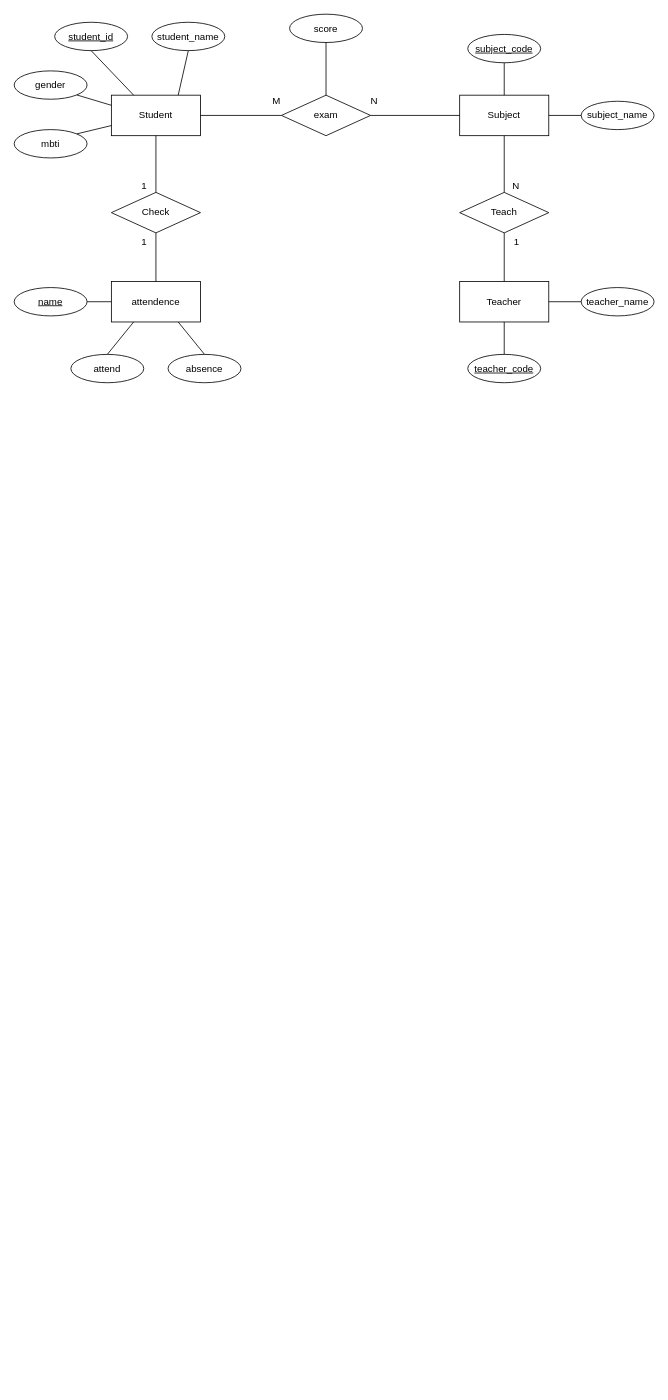
lee-j-j/LJJ keeps this draw.io diagram as DB 팀과제.drawio. Above is the earlier version. Source tidied: cells renumbered, new cells numbered last; positions are measured from the earlier drawing's top-left corner, leaving out a move shared by most shapes. Both pictures are drawn from the tidied source at 81%, with x=0, y=0 at pixel (14, 14).
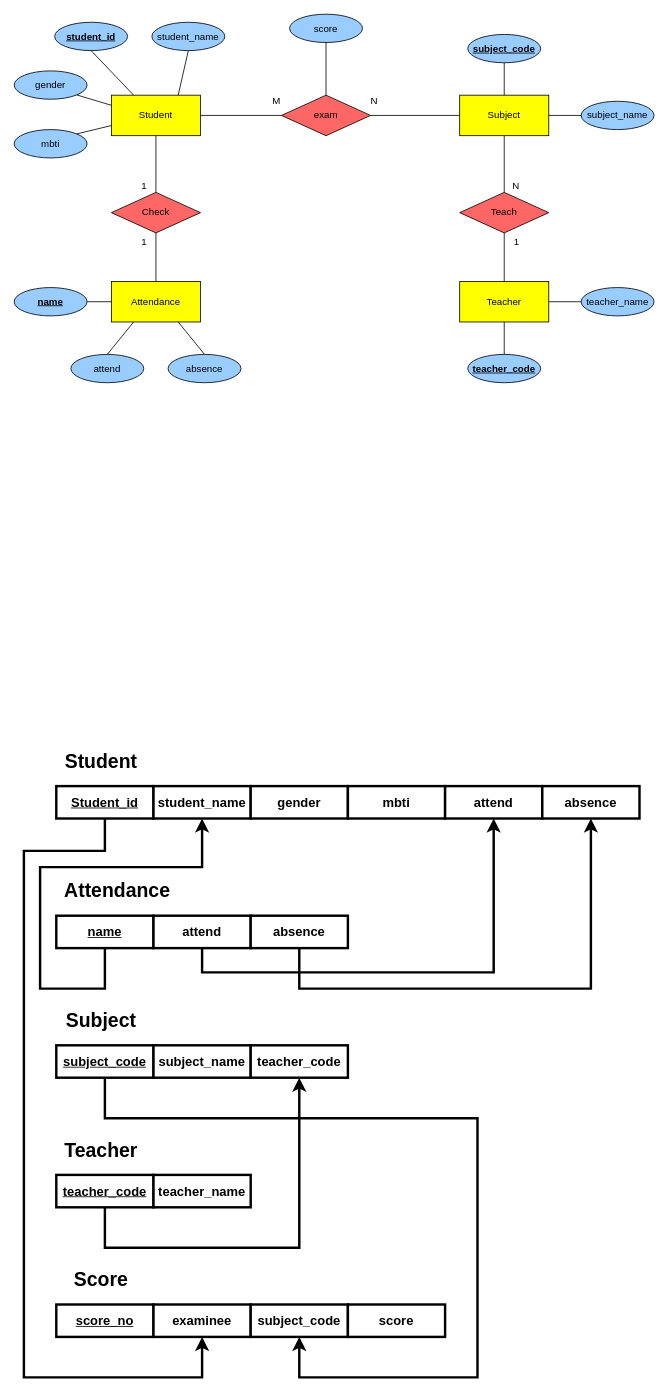
After the change.

Commit message (it also covers changes not shown here):
DB 팀과제.drawio 업데이트

Diff of the diagram source:
```diff
@@
-    <mxCell id="2" value="Student" style="whiteSpace=wrap;html=1;align=center;" parent="1" vertex="1">
+    <mxCell id="2" value="Student" style="whiteSpace=wrap;html=1;align=center;labelBackgroundColor=none;fillColor=#FFFF00;" parent="1" vertex="1">
       <mxGeometry x="120" y="100" width="110" height="50" as="geometry" />
     </mxCell>
-    <mxCell id="3" value="Teacher" style="whiteSpace=wrap;html=1;align=center;" parent="1" vertex="1">
+    <mxCell id="3" value="Teacher" style="whiteSpace=wrap;html=1;align=center;labelBackgroundColor=none;fillColor=#FFFF00;" parent="1" vertex="1">
       <mxGeometry x="550" y="330" width="110" height="50" as="geometry" />
     </mxCell>
-    <mxCell id="4" value="Subject" style="whiteSpace=wrap;html=1;align=center;" parent="1" vertex="1">
+    <mxCell id="4" value="Subject" style="whiteSpace=wrap;html=1;align=center;labelBackgroundColor=none;fillColor=#FFFF00;" parent="1" vertex="1">
       <mxGeometry x="550" y="100" width="110" height="50" as="geometry" />
     </mxCell>
-    <mxCell id="5" value="attendence" style="whiteSpace=wrap;html=1;align=center;" parent="1" vertex="1">
+    <mxCell id="5" value="Attendance" style="whiteSpace=wrap;html=1;align=center;labelBackgroundColor=none;fillColor=#FFFF00;" parent="1" vertex="1">
       <mxGeometry x="120" y="330" width="110" height="50" as="geometry" />
     </mxCell>
-    <mxCell id="6" value="exam" style="shape=rhombus;perimeter=rhombusPerimeter;whiteSpace=wrap;html=1;align=center;" parent="1" vertex="1">
+    <mxCell id="6" value="exam" style="shape=rhombus;perimeter=rhombusPerimeter;whiteSpace=wrap;html=1;align=center;fillColor=#FF6666;" parent="1" vertex="1">
       <mxGeometry x="330" y="100" width="110" height="50" as="geometry" />
     </mxCell>
-    <mxCell id="7" value="Teach" style="shape=rhombus;perimeter=rhombusPerimeter;whiteSpace=wrap;html=1;align=center;" parent="1" vertex="1">
+    <mxCell id="7" value="Teach" style="shape=rhombus;perimeter=rhombusPerimeter;whiteSpace=wrap;html=1;align=center;fillColor=#FF6666;" parent="1" vertex="1">
       <mxGeometry x="550" y="220" width="110" height="50" as="geometry" />
     </mxCell>
@@
-    <mxCell id="16" value="Check" style="shape=rhombus;perimeter=rhombusPerimeter;whiteSpace=wrap;html=1;align=center;" parent="1" vertex="1">
+    <mxCell id="16" value="Check" style="shape=rhombus;perimeter=rhombusPerimeter;whiteSpace=wrap;html=1;align=center;fillColor=#FF6666;" parent="1" vertex="1">
       <mxGeometry x="120" y="220" width="110" height="50" as="geometry" />
     </mxCell>
@@
-    <mxCell id="21" value="student_name" style="ellipse;whiteSpace=wrap;html=1;align=center;" parent="1" vertex="1">
+    <mxCell id="21" value="student_name" style="ellipse;whiteSpace=wrap;html=1;align=center;fillColor=#99CCFF;" parent="1" vertex="1">
       <mxGeometry x="170" y="10" width="90" height="35" as="geometry" />
     </mxCell>
-    <mxCell id="22" value="gender" style="ellipse;whiteSpace=wrap;html=1;align=center;" parent="1" vertex="1">
+    <mxCell id="22" value="gender" style="ellipse;whiteSpace=wrap;html=1;align=center;fillColor=#99CCFF;" parent="1" vertex="1">
       <mxGeometry y="70" width="90" height="35" as="geometry" />
     </mxCell>
-    <mxCell id="23" value="mbti" style="ellipse;whiteSpace=wrap;html=1;align=center;" parent="1" vertex="1">
+    <mxCell id="23" value="mbti" style="ellipse;whiteSpace=wrap;html=1;align=center;fillColor=#99CCFF;" parent="1" vertex="1">
       <mxGeometry y="142.5" width="90" height="35" as="geometry" />
     </mxCell>
-    <mxCell id="24" value="student_id" style="ellipse;whiteSpace=wrap;html=1;align=center;fontStyle=4;" parent="1" vertex="1">
+    <mxCell id="24" value="student_id" style="ellipse;whiteSpace=wrap;html=1;align=center;fontStyle=5;fillColor=#99CCFF;" parent="1" vertex="1">
       <mxGeometry x="50" y="10" width="90" height="35" as="geometry" />
     </mxCell>
@@
-    <mxCell id="29" value="score" style="ellipse;whiteSpace=wrap;html=1;align=center;" parent="1" vertex="1">
+    <mxCell id="29" value="score" style="ellipse;whiteSpace=wrap;html=1;align=center;fillColor=#99CCFF;" parent="1" vertex="1">
       <mxGeometry x="340" width="90" height="35" as="geometry" />
     </mxCell>
@@
-    <mxCell id="31" value="subject_code" style="ellipse;whiteSpace=wrap;html=1;align=center;fontStyle=4;" parent="1" vertex="1">
+    <mxCell id="31" value="subject_code" style="ellipse;whiteSpace=wrap;html=1;align=center;fontStyle=5;fillColor=#99CCFF;" parent="1" vertex="1">
       <mxGeometry x="560" y="25" width="90" height="35" as="geometry" />
     </mxCell>
-    <mxCell id="32" value="subject_name" style="ellipse;whiteSpace=wrap;html=1;align=center;" parent="1" vertex="1">
+    <mxCell id="32" value="subject_name" style="ellipse;whiteSpace=wrap;html=1;align=center;fillColor=#99CCFF;" parent="1" vertex="1">
       <mxGeometry x="700" y="107.5" width="90" height="35" as="geometry" />
     </mxCell>
-    <mxCell id="33" value="teacher_code" style="ellipse;whiteSpace=wrap;html=1;align=center;fontStyle=4;" parent="1" vertex="1">
+    <mxCell id="33" value="teacher_code" style="ellipse;whiteSpace=wrap;html=1;align=center;fontStyle=5;fillColor=#99CCFF;" parent="1" vertex="1">
       <mxGeometry x="560" y="420" width="90" height="35" as="geometry" />
     </mxCell>
-    <mxCell id="34" value="teacher_name" style="ellipse;whiteSpace=wrap;html=1;align=center;" parent="1" vertex="1">
+    <mxCell id="34" value="teacher_name" style="ellipse;whiteSpace=wrap;html=1;align=center;fillColor=#99CCFF;" parent="1" vertex="1">
       <mxGeometry x="700" y="337.5" width="90" height="35" as="geometry" />
     </mxCell>
@@
-    <mxCell id="39" value="name" style="ellipse;whiteSpace=wrap;html=1;align=center;fontStyle=4;" parent="1" vertex="1">
+    <mxCell id="39" value="name" style="ellipse;whiteSpace=wrap;html=1;align=center;fontStyle=5;fillColor=#99CCFF;" parent="1" vertex="1">
       <mxGeometry y="337.5" width="90" height="35" as="geometry" />
     </mxCell>
-    <mxCell id="40" value="attend" style="ellipse;whiteSpace=wrap;html=1;align=center;" parent="1" vertex="1">
+    <mxCell id="40" value="attend" style="ellipse;whiteSpace=wrap;html=1;align=center;fillColor=#99CCFF;" parent="1" vertex="1">
       <mxGeometry x="70" y="420" width="90" height="35" as="geometry" />
     </mxCell>
-    <mxCell id="41" value="absence" style="ellipse;whiteSpace=wrap;html=1;align=center;" parent="1" vertex="1">
+    <mxCell id="41" value="absence" style="ellipse;whiteSpace=wrap;html=1;align=center;fillColor=#99CCFF;" parent="1" vertex="1">
       <mxGeometry x="190" y="420" width="90" height="35" as="geometry" />
     </mxCell>
@@
+    <mxCell id="45" value="&lt;u&gt;&lt;b&gt;Student_id&lt;/b&gt;&lt;/u&gt;" style="rounded=0;whiteSpace=wrap;html=1;fontSize=16;labelBackgroundColor=none;strokeWidth=3;" parent="1" vertex="1">
+      <mxGeometry x="52" y="953" width="120" height="40" as="geometry" />
+    </mxCell>
+    <mxCell id="46" value="&lt;font style=&quot;font-size: 16px;&quot;&gt;&lt;b&gt;student_name&lt;/b&gt;&lt;/font&gt;" style="rounded=0;whiteSpace=wrap;html=1;labelBackgroundColor=none;strokeWidth=3;" parent="1" vertex="1">
+      <mxGeometry x="172" y="953" width="120" height="40" as="geometry" />
+    </mxCell>
+    <mxCell id="47" value="&lt;font style=&quot;font-size: 16px;&quot;&gt;&lt;b&gt;gender&lt;/b&gt;&lt;/font&gt;" style="rounded=0;whiteSpace=wrap;html=1;labelBackgroundColor=none;strokeWidth=3;" parent="1" vertex="1">
+      <mxGeometry x="292" y="953" width="120" height="40" as="geometry" />
+    </mxCell>
+    <mxCell id="48" value="&lt;font style=&quot;font-size: 16px;&quot;&gt;&lt;b&gt;mbti&lt;/b&gt;&lt;/font&gt;" style="rounded=0;whiteSpace=wrap;html=1;labelBackgroundColor=none;strokeWidth=3;" parent="1" vertex="1">
+      <mxGeometry x="412" y="953" width="120" height="40" as="geometry" />
+    </mxCell>
+    <mxCell id="49" value="&lt;span style=&quot;font-size: 16px;&quot;&gt;&lt;b&gt;attend&lt;/b&gt;&lt;/span&gt;" style="rounded=0;whiteSpace=wrap;html=1;labelBackgroundColor=none;strokeWidth=3;" parent="1" vertex="1">
+      <mxGeometry x="532" y="953" width="120" height="40" as="geometry" />
+    </mxCell>
+    <mxCell id="50" value="&lt;font style=&quot;font-size: 16px;&quot;&gt;&lt;b&gt;absence&lt;/b&gt;&lt;/font&gt;" style="rounded=0;whiteSpace=wrap;html=1;labelBackgroundColor=none;strokeWidth=3;" parent="1" vertex="1">
+      <mxGeometry x="652" y="953" width="120" height="40" as="geometry" />
+    </mxCell>
+    <mxCell id="51" value="Student" style="text;html=1;align=center;verticalAlign=middle;strokeColor=none;fillColor=none;fontSize=24;fontStyle=1;labelBackgroundColor=none;" parent="1" vertex="1">
+      <mxGeometry x="52" y="903" width="110" height="40" as="geometry" />
+    </mxCell>
+    <mxCell id="52" value="name" style="rounded=0;whiteSpace=wrap;html=1;fontSize=16;fontStyle=5;labelBackgroundColor=none;strokeWidth=3;" parent="1" vertex="1">
+      <mxGeometry x="52" y="1113" width="120" height="40" as="geometry" />
+    </mxCell>
+    <mxCell id="53" value="attend" style="rounded=0;whiteSpace=wrap;html=1;fontSize=16;fontStyle=1;labelBackgroundColor=none;strokeWidth=3;" parent="1" vertex="1">
+      <mxGeometry x="172" y="1113" width="120" height="40" as="geometry" />
+    </mxCell>
+    <mxCell id="54" value="absence" style="rounded=0;whiteSpace=wrap;html=1;fontSize=16;fontStyle=1;labelBackgroundColor=none;strokeWidth=3;" parent="1" vertex="1">
+      <mxGeometry x="292" y="1113" width="120" height="40" as="geometry" />
+    </mxCell>
+    <mxCell id="55" value="Attendance" style="text;html=1;align=center;verticalAlign=middle;strokeColor=none;fillColor=none;fontSize=24;fontStyle=1;labelBackgroundColor=none;" parent="1" vertex="1">
+      <mxGeometry x="52" y="1063" width="150" height="40" as="geometry" />
+    </mxCell>
+    <mxCell id="56" value="subject_code" style="rounded=0;whiteSpace=wrap;html=1;fontSize=16;fontStyle=5;labelBackgroundColor=none;strokeWidth=3;" parent="1" vertex="1">
+      <mxGeometry x="52" y="1273" width="120" height="40" as="geometry" />
+    </mxCell>
+    <mxCell id="57" value="subject_name" style="rounded=0;whiteSpace=wrap;html=1;fontSize=16;fontStyle=1;labelBackgroundColor=none;strokeWidth=3;" parent="1" vertex="1">
+      <mxGeometry x="172" y="1273" width="120" height="40" as="geometry" />
+    </mxCell>
+    <mxCell id="58" value="teacher_code" style="rounded=0;whiteSpace=wrap;html=1;fontSize=16;fontStyle=1;labelBackgroundColor=none;strokeWidth=3;" parent="1" vertex="1">
+      <mxGeometry x="292" y="1273" width="120" height="40" as="geometry" />
+    </mxCell>
+    <mxCell id="59" value="Subject" style="text;html=1;align=center;verticalAlign=middle;strokeColor=none;fillColor=none;fontSize=24;fontStyle=1;labelBackgroundColor=none;" parent="1" vertex="1">
+      <mxGeometry x="52" y="1223" width="110" height="40" as="geometry" />
+    </mxCell>
+    <mxCell id="60" value="teacher_code" style="rounded=0;whiteSpace=wrap;html=1;fontSize=16;fontStyle=5;labelBackgroundColor=none;strokeWidth=3;" parent="1" vertex="1">
+      <mxGeometry x="52" y="1433" width="120" height="40" as="geometry" />
+    </mxCell>
+    <mxCell id="61" value="teacher_name" style="rounded=0;whiteSpace=wrap;html=1;fontSize=16;fontStyle=1;labelBackgroundColor=none;strokeWidth=3;" parent="1" vertex="1">
+      <mxGeometry x="172" y="1433" width="120" height="40" as="geometry" />
+    </mxCell>
+    <mxCell id="62" value="Teacher" style="text;html=1;align=center;verticalAlign=middle;strokeColor=none;fillColor=none;fontSize=24;fontStyle=1;labelBackgroundColor=none;" parent="1" vertex="1">
+      <mxGeometry x="52" y="1383" width="110" height="40" as="geometry" />
+    </mxCell>
+    <mxCell id="63" value="&lt;b&gt;&lt;u&gt;score_no&lt;/u&gt;&lt;/b&gt;" style="rounded=0;whiteSpace=wrap;html=1;fontSize=16;labelBackgroundColor=none;strokeWidth=3;" parent="1" vertex="1">
+      <mxGeometry x="52" y="1593" width="120" height="40" as="geometry" />
+    </mxCell>
+    <mxCell id="64" value="&lt;font style=&quot;font-size: 16px;&quot;&gt;&lt;b&gt;examinee&lt;/b&gt;&lt;/font&gt;" style="rounded=0;whiteSpace=wrap;html=1;labelBackgroundColor=none;strokeWidth=3;" parent="1" vertex="1">
+      <mxGeometry x="172" y="1593" width="120" height="40" as="geometry" />
+    </mxCell>
+    <mxCell id="65" value="&lt;font style=&quot;font-size: 16px;&quot;&gt;&lt;b&gt;subject_code&lt;/b&gt;&lt;/font&gt;" style="rounded=0;whiteSpace=wrap;html=1;labelBackgroundColor=none;strokeWidth=3;" parent="1" vertex="1">
+      <mxGeometry x="292" y="1593" width="120" height="40" as="geometry" />
+    </mxCell>
+    <mxCell id="66" value="&lt;font style=&quot;font-size: 16px;&quot;&gt;&lt;b&gt;score&lt;/b&gt;&lt;/font&gt;" style="rounded=0;whiteSpace=wrap;html=1;labelBackgroundColor=none;strokeWidth=3;" parent="1" vertex="1">
+      <mxGeometry x="412" y="1593" width="120" height="40" as="geometry" />
+    </mxCell>
+    <mxCell id="67" value="Score" style="text;html=1;align=center;verticalAlign=middle;strokeColor=none;fillColor=none;fontSize=24;fontStyle=1;labelBackgroundColor=none;" parent="1" vertex="1">
+      <mxGeometry x="62" y="1543" width="90" height="40" as="geometry" />
+    </mxCell>
+    <mxCell id="68" style="edgeStyle=segmentEdgeStyle;endArrow=classic;html=1;curved=0;rounded=0;endSize=8;startSize=8;exitX=0.5;exitY=1;exitDx=0;exitDy=0;entryX=0.5;entryY=1;entryDx=0;entryDy=0;strokeWidth=3;" parent="1" edge="1" source="52" target="46">
+      <mxGeometry relative="1" as="geometry">
+        <Array as="points">
+          <mxPoint x="112" y="1203" />
+          <mxPoint x="32" y="1203" />
+          <mxPoint x="32" y="1053" />
+          <mxPoint x="232" y="1053" />
+        </Array>
+      </mxGeometry>
+    </mxCell>
+    <mxCell id="69" style="edgeStyle=segmentEdgeStyle;endArrow=classic;html=1;curved=0;rounded=0;endSize=8;startSize=8;entryX=0.5;entryY=1;entryDx=0;entryDy=0;exitX=0.5;exitY=1;exitDx=0;exitDy=0;strokeWidth=3;" parent="1" edge="1" source="53" target="49">
+      <mxGeometry relative="1" as="geometry">
+        <Array as="points">
+          <mxPoint x="232" y="1183" />
+          <mxPoint x="592" y="1183" />
+        </Array>
+      </mxGeometry>
+    </mxCell>
+    <mxCell id="70" style="edgeStyle=segmentEdgeStyle;endArrow=classic;html=1;curved=0;rounded=0;endSize=8;startSize=8;exitX=0.5;exitY=1;exitDx=0;exitDy=0;entryX=0.5;entryY=1;entryDx=0;entryDy=0;strokeWidth=3;" parent="1" edge="1" source="54" target="50">
+      <mxGeometry relative="1" as="geometry">
+        <Array as="points">
+          <mxPoint x="352" y="1203" />
+          <mxPoint x="712" y="1203" />
+        </Array>
+      </mxGeometry>
+    </mxCell>
+    <mxCell id="71" style="edgeStyle=segmentEdgeStyle;endArrow=classic;html=1;curved=0;rounded=0;endSize=8;startSize=8;exitX=0.5;exitY=1;exitDx=0;exitDy=0;entryX=0.5;entryY=1;entryDx=0;entryDy=0;strokeWidth=3;" parent="1" edge="1" source="45" target="64">
+      <mxGeometry relative="1" as="geometry">
+        <Array as="points">
+          <mxPoint x="112" y="1033" />
+          <mxPoint x="12" y="1033" />
+          <mxPoint x="12" y="1683" />
+          <mxPoint x="232" y="1683" />
+        </Array>
+      </mxGeometry>
+    </mxCell>
+    <mxCell id="72" style="edgeStyle=segmentEdgeStyle;endArrow=classic;html=1;curved=0;rounded=0;endSize=8;startSize=8;exitX=0.5;exitY=1;exitDx=0;exitDy=0;entryX=0.5;entryY=1;entryDx=0;entryDy=0;strokeWidth=3;" parent="1" edge="1" source="60" target="58">
+      <mxGeometry relative="1" as="geometry">
+        <Array as="points">
+          <mxPoint x="112" y="1523" />
+          <mxPoint x="352" y="1523" />
+        </Array>
+      </mxGeometry>
+    </mxCell>
+    <mxCell id="73" style="edgeStyle=segmentEdgeStyle;endArrow=classic;html=1;curved=0;rounded=0;endSize=8;startSize=8;exitX=0.5;exitY=1;exitDx=0;exitDy=0;entryX=0.5;entryY=1;entryDx=0;entryDy=0;strokeWidth=3;" parent="1" edge="1" source="56" target="65">
+      <mxGeometry relative="1" as="geometry">
+        <Array as="points">
+          <mxPoint x="112" y="1363" />
+          <mxPoint x="572" y="1363" />
+          <mxPoint x="572" y="1683" />
+          <mxPoint x="352" y="1683" />
+        </Array>
+      </mxGeometry>
+    </mxCell>
```
